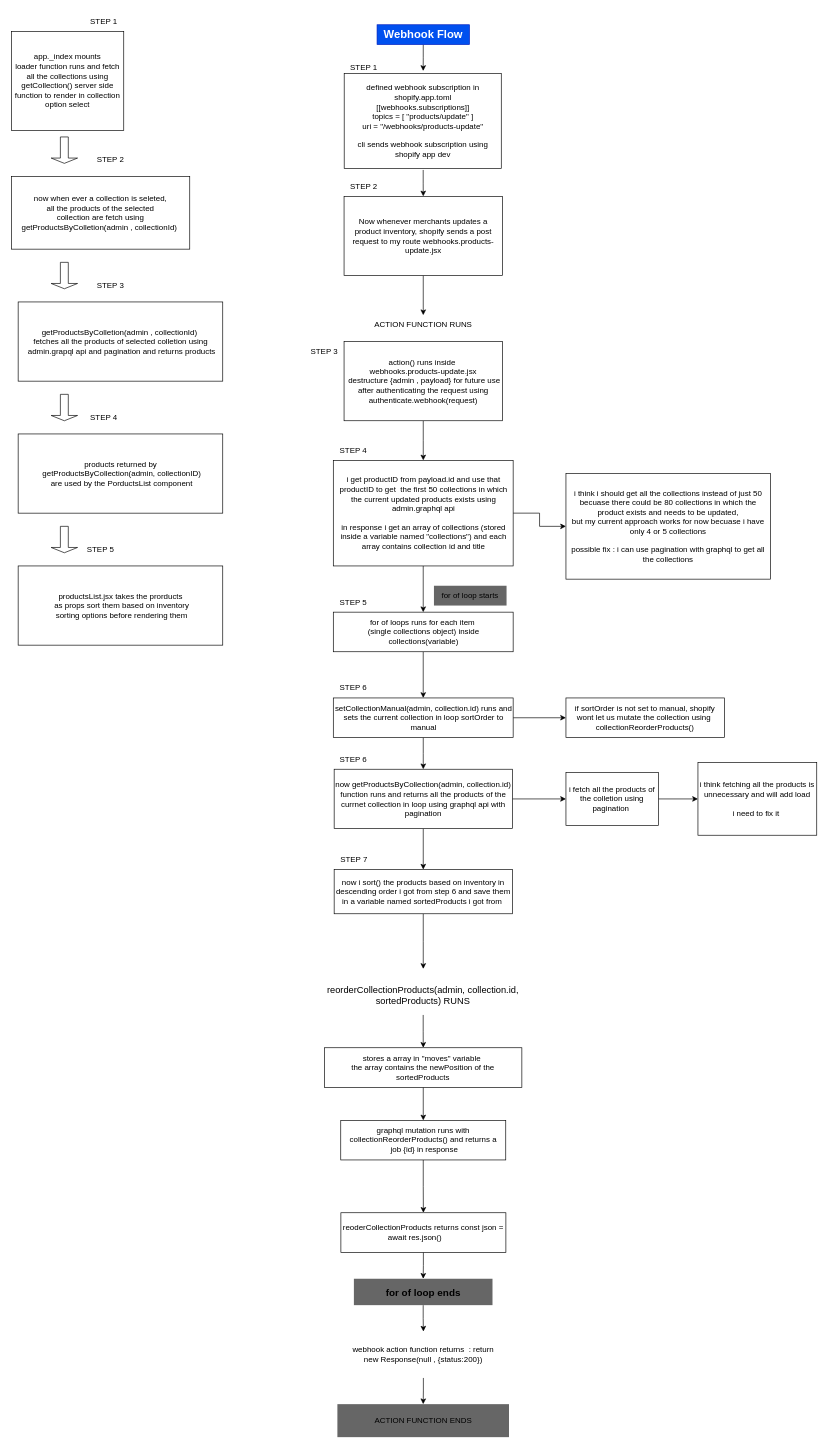
Earlier version of the draw.io diagram Untitled Diagram.drawio (AttaMishwani/webhook). Source tidied: cells renumbered, new cells numbered last; positions are measured from the earlier drawing's top-left corner, leaving out a move shared by most shapes. Both pictures are drawn from the tidied source at 66%, with x=0, y=0 at pixel (11, 11).
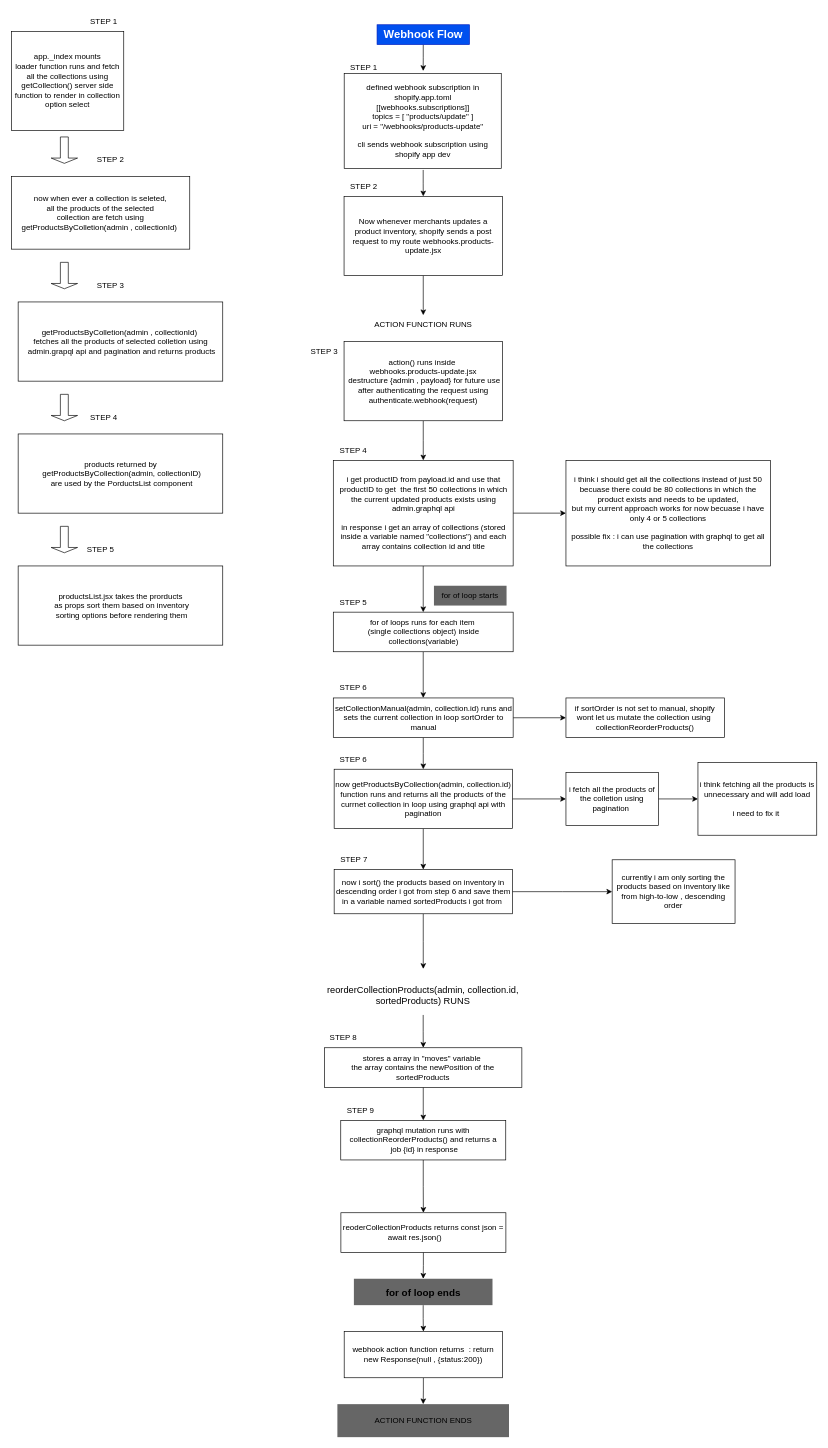
The same page after the edit.

Unchanged cells that the change refers to:
```xml
<mxCell id="50" value="now i sort() the products based on inventory in descending order i got from step 6&amp;nbsp;and save them in a variable named sortedProducts i got from&amp;nbsp;" style="whiteSpace=wrap;html=1;strokeColor=light-dark(#000000,#4D4D4D);rounded=0;" parent="1" vertex="1">
  <mxGeometry x="488.8" y="1300" width="270" height="67" as="geometry" />
</mxCell>
```

Change to the diagram source:
```diff
@@
     <mxCell id="28" value="i think i should get all the collections instead of just 50 becuase there could be 80 collections in which the product exists and needs to be updated,&lt;div&gt;but my current approach works for now becuase i have only 4 or 5 collections&lt;/div&gt;&lt;div&gt;&lt;br&gt;&lt;/div&gt;&lt;div&gt;possible fix : i can use pagination with graphql to get all the collections&lt;/div&gt;" style="whiteSpace=wrap;html=1;strokeColor=light-dark(#000000,#4D4D4D);rounded=0;fillColor=light-dark(#FFFFFF,#FF3333);" parent="1" vertex="1">
-      <mxGeometry x="840" y="700" width="310" height="160" as="geometry" />
+      <mxGeometry x="840" y="680" width="310" height="160" as="geometry" />
     </mxCell>
@@
+    <mxCell id="65" style="edgeStyle=orthogonalEdgeStyle;rounded=0;jettySize=auto;html=1;" parent="1" edge="1" source="50" target="66">
+      <mxGeometry relative="1" as="geometry" />
+    </mxCell>
@@
-    <mxCell id="63" value="webhook action function returns&amp;nbsp; : return new Response(null , {status:200})" style="whiteSpace=wrap;html=1;fillColor=default;strokeColor=none;gradientColor=none;rounded=0;" parent="1" vertex="1">
+    <mxCell id="63" value="webhook action function returns&amp;nbsp; : return new Response(null , {status:200})" style="whiteSpace=wrap;html=1;fillColor=default;strokeColor=light-dark(#000000,#4D4D4D);gradientColor=none;rounded=0;" parent="1" vertex="1">
       <mxGeometry x="504" y="2000" width="240" height="70" as="geometry" />
     </mxCell>
@@
+    <mxCell id="66" value="currently i am only sorting the products based on inventory like from high-to-low , descending order" style="whiteSpace=wrap;html=1;strokeColor=light-dark(#000000,#4D4D4D);rounded=0;fillColor=light-dark(#FFFFFF,#666666);" parent="1" vertex="1">
+      <mxGeometry x="910" y="1285.2" width="186.2" height="96.5" as="geometry" />
+    </mxCell>
+    <mxCell id="67" value="STEP 8" style="text;html=1;whiteSpace=wrap;strokeColor=none;fillColor=none;align=center;verticalAlign=middle;rounded=0;" parent="1" vertex="1">
+      <mxGeometry x="473.1" y="1540" width="60" height="30" as="geometry" />
+    </mxCell>
+    <mxCell id="68" value="STEP 9" style="text;html=1;whiteSpace=wrap;strokeColor=none;fillColor=none;align=center;verticalAlign=middle;rounded=0;" parent="1" vertex="1">
+      <mxGeometry x="499" y="1650" width="60" height="30" as="geometry" />
+    </mxCell>
```
